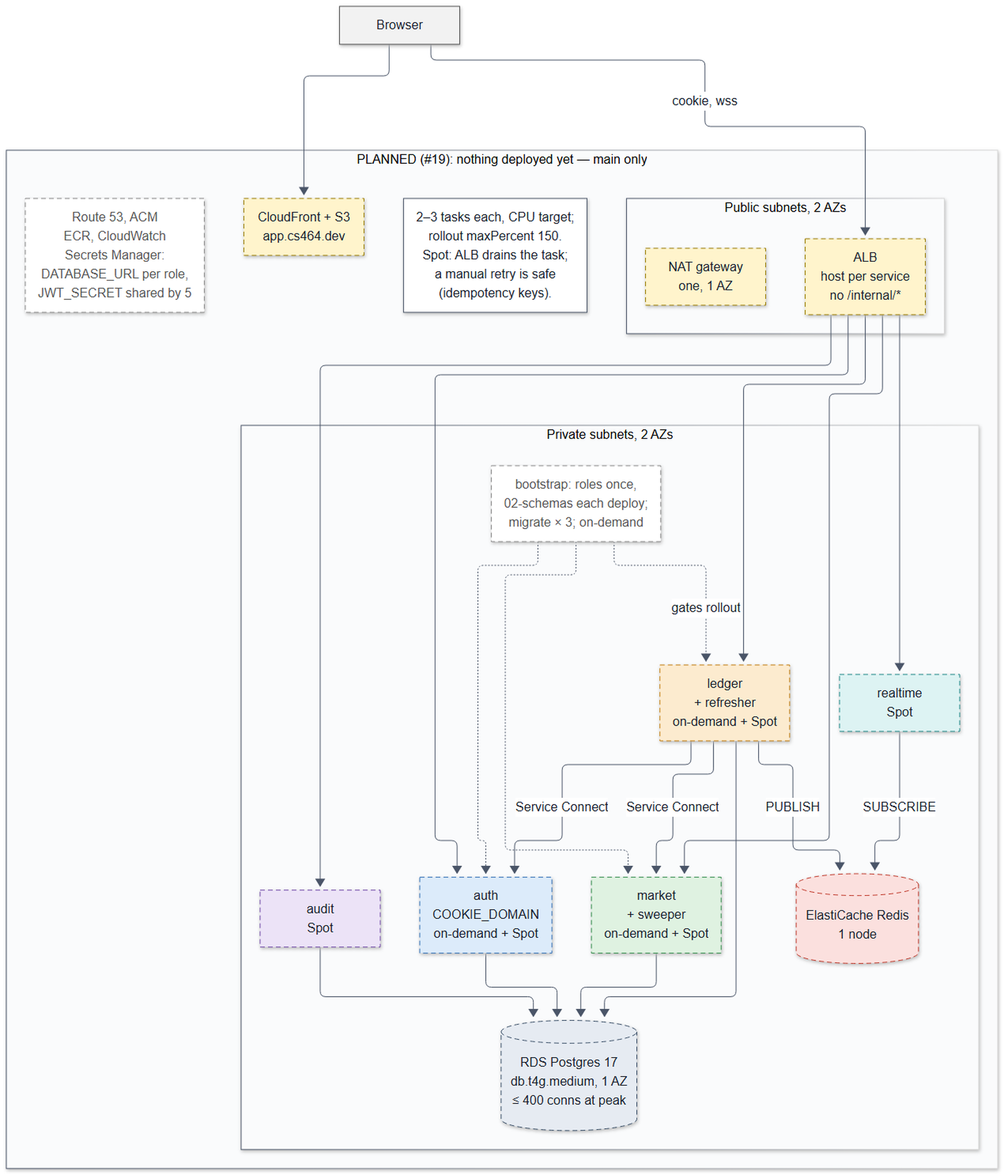
Above: docs/diagrams/rendered/02-cloud-deployment.png in decker757/CS464 (Mermaid), before the change. Its source is kept beside it as docs/diagrams/02-cloud-deployment.mmd. The source it was exported from:
```mermaid
%%{init: {"elk": {"lineHops": false}, "flowchart": {"wrappingWidth": 320}}}%%
flowchart TB
    browser["Browser"]

    subgraph aws["PLANNED (#19): nothing deployed yet — main only"]
        cdn["CloudFront + S3<br/>app.cs464.dev"]

        subgraph pub["Public subnets, 2 AZs"]
            alb["ALB<br/>host per service<br/>no /internal/*"]
            nat["NAT gateway<br/>one, 1 AZ"]
        end

        subgraph priv["Private subnets, 2 AZs"]
            mig["bootstrap: roles once,<br/>02-schemas each deploy;<br/>migrate × 3; on-demand"]
            ledger["ledger<br/>+ refresher<br/>on-demand + Spot"]
            realtime["realtime<br/>Spot"]
            audit["audit<br/>Spot"]
            auth["auth<br/>COOKIE_DOMAIN<br/>on-demand + Spot"]
            market["market<br/>+ sweeper<br/>on-demand + Spot"]
            rds[("RDS Postgres 17<br/>db.t4g.medium, 1 AZ<br/>≤ 400 conns at peak")]
            redis[("ElastiCache Redis<br/>1 node")]
        end

        shared["Route 53, ACM<br/>ECR, CloudWatch<br/>Secrets Manager:<br/>DATABASE_URL per role,<br/>JWT_SECRET shared by 5"]
        note["2–3 tasks each, CPU target;<br/>rollout maxPercent 150.<br/>Spot: ALB drains the task;<br/>a manual retry is safe<br/>(idempotency keys)."]
    end

    browser --> cdn
    browser -->|"cookie, wss"| alb

    mig -.->|"gates rollout"| ledger
    mig -.-> auth
    mig -.-> market

    alb --> ledger
    alb --> realtime
    alb --> audit
    alb --> auth
    alb --> market
    ledger -->|"Service Connect"| auth
    ledger -->|"Service Connect"| market


    auth --> rds
    market --> rds
    ledger --> rds
    audit --> rds
    ledger -->|"PUBLISH"| redis
    realtime -->|"SUBSCRIBE"| redis
    browser ~~~ shared
    browser ~~~ note

    classDef browser  fill:#F2F2F2,stroke:#555555,color:#1A202C
    classDef edge     fill:#FFF4CC,stroke:#9A7B00,color:#1A202C
    classDef auth     fill:#DCEBFA,stroke:#2F6DB5,color:#1A202C
    classDef market   fill:#DFF2E1,stroke:#2E8B47,color:#1A202C
    classDef ledger   fill:#FCEBCF,stroke:#C27C0E,color:#1A202C
    classDef audit    fill:#ECE3F7,stroke:#7048A8,color:#1A202C
    classDef realtime fill:#DDF3F3,stroke:#1F8A8A,color:#1A202C
    classDef pg       fill:#E6EBF2,stroke:#3B5068,color:#1A202C
    classDef redis    fill:#FBE0DE,stroke:#C0392B,color:#1A202C
    classDef job      fill:#FFFFFF,stroke:#4A5568,color:#1A202C,stroke-dasharray:2 2
    classDef planned  fill:#FFFFFF,stroke:#888888,color:#555555,stroke-dasharray:6 4
    classDef ext      fill:#FFFFFF,stroke:#4A5568,color:#1A202C
    classDef notBuilt stroke-dasharray:6 4

    class browser browser
    class cdn,alb,nat edge
    class auth auth
    class market market
    class ledger ledger
    class audit audit
    class realtime realtime
    class rds pg
    class redis redis
    class mig,shared planned
    class note ext
    class cdn,alb,nat,auth,market,ledger,audit,realtime,rds,redis notBuilt
```
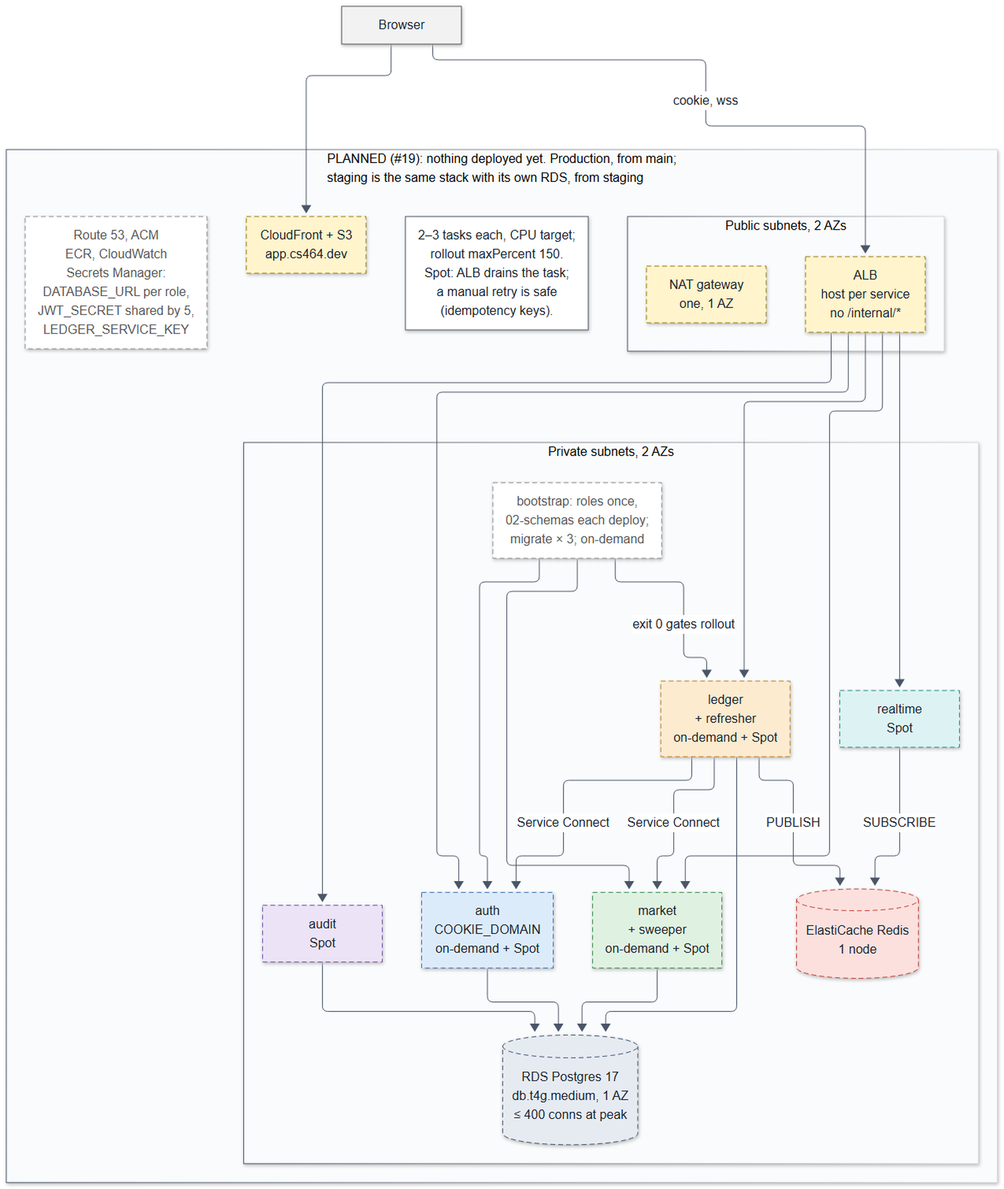
After the change.

Commit message:
fix(diagrams): the planned deploy covers staging as #19 asks, and the secrets name LEDGER_SERVICE_KEY

The edit, as a diff of the source:
```diff
@@ -2,7 +2,7 @@
 flowchart TB
     browser["Browser"]
 
-    subgraph aws["PLANNED (#19): nothing deployed yet — main only"]
+    subgraph aws["PLANNED (#19): nothing deployed yet. Production, from main;<br/>staging is the same stack with its own RDS, from staging"]
         cdn["CloudFront + S3<br/>app.cs464.dev"]
 
         subgraph pub["Public subnets, 2 AZs"]
@@ -21,16 +21,16 @@
             redis[("ElastiCache Redis<br/>1 node")]
         end
 
-        shared["Route 53, ACM<br/>ECR, CloudWatch<br/>Secrets Manager:<br/>DATABASE_URL per role,<br/>JWT_SECRET shared by 5"]
+        shared["Route 53, ACM<br/>ECR, CloudWatch<br/>Secrets Manager:<br/>DATABASE_URL per role,<br/>JWT_SECRET shared by 5,<br/>LEDGER_SERVICE_KEY"]
         note["2–3 tasks each, CPU target;<br/>rollout maxPercent 150.<br/>Spot: ALB drains the task;<br/>a manual retry is safe<br/>(idempotency keys)."]
     end
 
     browser --> cdn
     browser -->|"cookie, wss"| alb
 
-    mig -.->|"gates rollout"| ledger
-    mig -.-> auth
-    mig -.-> market
+    mig -->|"exit 0 gates rollout"| ledger
+    mig --> auth
+    mig --> market
 
     alb --> ledger
     alb --> realtime
```
